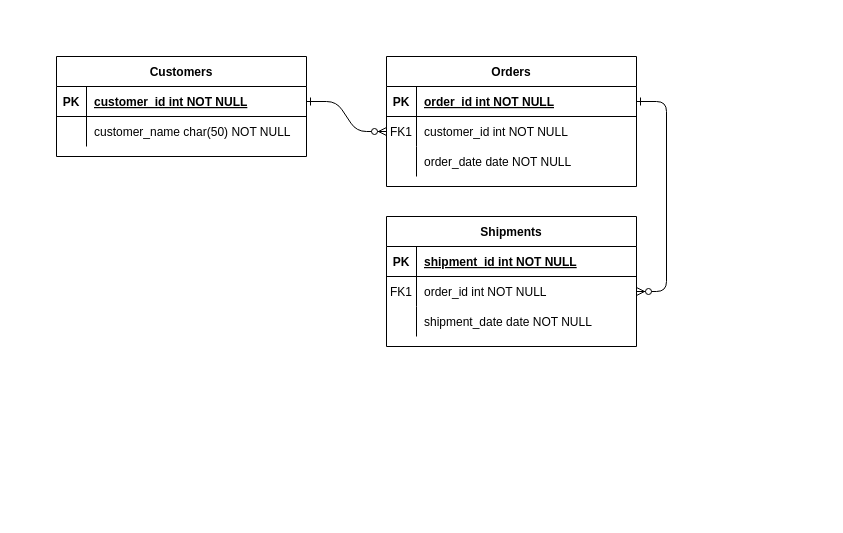
This is backend/lagalt_Db.drawio from zamFe/Lagalt, a draw.io file, before an edit. Source tidied: cells renumbered, new cells numbered last; positions are measured from the earlier drawing's top-left corner, leaving out a move shared by most shapes. Both pictures are drawn from the tidied source at 100%, with x=0, y=0 at pixel (56, 56).
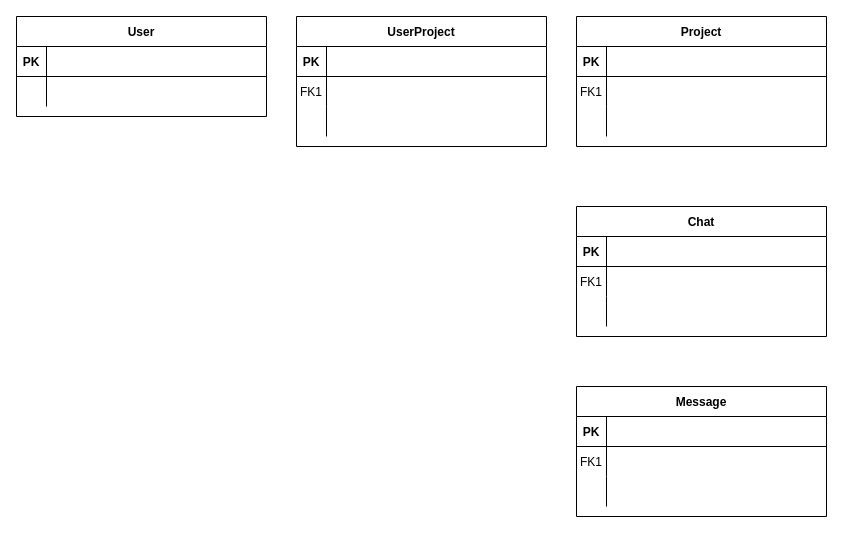
Above is the later version.

Unchanged cells that the change refers to:
```xml
<mxCell id="5" style="shape=partialRectangle;fillColor=none;points=[[0,0.5],[1,0.5]];portConstraint=eastwest;top=0;left=0;right=0;bottom=1;" parent="4" vertex="1">
  <mxGeometry y="30" width="250" height="30" as="geometry" />
</mxCell>
<mxCell id="8" style="shape=partialRectangle;fillColor=none;points=[[0,0.5],[1,0.5]];portConstraint=eastwest;top=0;left=0;right=0;bottom=0;" parent="4" vertex="1">
  <mxGeometry y="60" width="250" height="30" as="geometry" />
</mxCell>
<mxCell id="11" style="shape=partialRectangle;fillColor=none;top=0;left=0;right=0;bottom=0;" parent="4" vertex="1">
  <mxGeometry y="90" width="250" height="30" as="geometry" />
</mxCell>
<mxCell id="15" style="shape=partialRectangle;fillColor=none;top=0;left=0;right=0;bottom=1;" parent="14" vertex="1">
  <mxGeometry y="30" width="250" height="30" as="geometry" />
</mxCell>
<mxCell id="18" style="shape=partialRectangle;fillColor=none;points=[[0,0.5],[1,0.5]];portConstraint=eastwest;top=0;left=0;right=0;bottom=0;" parent="14" vertex="1">
  <mxGeometry y="60" width="250" height="30" as="geometry" />
</mxCell>
<mxCell id="21" style="shape=partialRectangle;fillColor=none;top=0;left=0;right=0;bottom=0;" parent="14" vertex="1">
  <mxGeometry y="90" width="250" height="30" as="geometry" />
</mxCell>
<mxCell id="25" style="shape=partialRectangle;fillColor=none;points=[[0,0.5],[1,0.5]];portConstraint=eastwest;top=0;left=0;right=0;bottom=1;" parent="24" vertex="1">
  <mxGeometry y="30" width="250" height="30" as="geometry" />
</mxCell>
<mxCell id="28" style="shape=partialRectangle;fillColor=none;top=0;left=0;right=0;bottom=0;" parent="24" vertex="1">
  <mxGeometry y="60" width="250" height="30" as="geometry" />
</mxCell>
```

Diff of the diagram source:
```diff
@@
-    <mxCell id="2" style="edgeStyle=entityRelationEdgeStyle;endArrow=ERzeroToMany;startArrow=ERone;endFill=1;startFill=0;" parent="1" edge="1" source="25" target="8">
-      <mxGeometry relative="1" as="geometry" />
-    </mxCell>
-    <mxCell id="3" style="edgeStyle=entityRelationEdgeStyle;endArrow=ERzeroToMany;startArrow=ERone;endFill=1;startFill=0;" parent="1" edge="1" source="5" target="18">
-      <mxGeometry relative="1" as="geometry" />
-    </mxCell>
-    <mxCell id="4" value="Orders" style="shape=table;startSize=30;childLayout=tableLayout;rowLines=0;fontStyle=1;align=center;" parent="1" vertex="1">
-      <mxGeometry x="330" width="250" height="130" as="geometry" />
+    <mxCell id="4" value="Project" style="shape=table;startSize=30;childLayout=tableLayout;rowLines=0;fontStyle=1;align=center;" parent="1" vertex="1">
+      <mxGeometry x="520" y="-40" width="250" height="130" as="geometry" />
     </mxCell>
@@
-    <mxCell id="7" value="order_id int NOT NULL " style="shape=partialRectangle;overflow=hidden;fillColor=none;top=0;left=0;bottom=0;right=0;align=left;spacingLeft=6;fontStyle=5;" parent="5" vertex="1">
+    <mxCell id="7" style="shape=partialRectangle;overflow=hidden;fillColor=none;top=0;left=0;bottom=0;right=0;align=left;spacingLeft=6;fontStyle=5;" parent="5" vertex="1">
       <mxGeometry x="30" width="220" height="30" as="geometry" />
     </mxCell>
@@
-    <mxCell id="10" value="customer_id int NOT NULL" style="shape=partialRectangle;overflow=hidden;fillColor=none;top=0;left=0;bottom=0;right=0;align=left;spacingLeft=6;" parent="8" vertex="1">
+    <mxCell id="10" style="shape=partialRectangle;overflow=hidden;fillColor=none;top=0;left=0;bottom=0;right=0;align=left;spacingLeft=6;" parent="8" vertex="1">
       <mxGeometry x="30" width="220" height="30" as="geometry" />
     </mxCell>
@@
-    <mxCell id="13" value="order_date date NOT NULL" style="shape=partialRectangle;overflow=hidden;fillColor=none;top=0;left=0;bottom=0;right=0;align=left;spacingLeft=6;" parent="11" vertex="1">
+    <mxCell id="13" style="shape=partialRectangle;overflow=hidden;fillColor=none;top=0;left=0;bottom=0;right=0;align=left;spacingLeft=6;" parent="11" vertex="1">
       <mxGeometry x="30" width="220" height="30" as="geometry" />
     </mxCell>
-    <mxCell id="14" value="Shipments" style="shape=table;startSize=30;childLayout=tableLayout;rowLines=0;fontStyle=1;align=center;" parent="1" vertex="1">
-      <mxGeometry x="330" y="160" width="250" height="130" as="geometry" />
+    <mxCell id="14" value="Chat" style="shape=table;startSize=30;childLayout=tableLayout;rowLines=0;fontStyle=1;align=center;" parent="1" vertex="1">
+      <mxGeometry x="520" y="150" width="250" height="130" as="geometry" />
     </mxCell>
@@
-    <mxCell id="17" value="shipment_id int NOT NULL " style="shape=partialRectangle;overflow=hidden;fillColor=none;top=0;left=0;bottom=0;right=0;align=left;spacingLeft=6;fontStyle=5;" parent="15" vertex="1">
+    <mxCell id="17" style="shape=partialRectangle;overflow=hidden;fillColor=none;top=0;left=0;bottom=0;right=0;align=left;spacingLeft=6;fontStyle=5;" parent="15" vertex="1">
       <mxGeometry x="30" width="220" height="30" as="geometry" />
     </mxCell>
@@
-    <mxCell id="20" value="order_id int NOT NULL" style="shape=partialRectangle;overflow=hidden;fillColor=none;top=0;left=0;bottom=0;right=0;align=left;spacingLeft=6;" parent="18" vertex="1">
+    <mxCell id="20" style="shape=partialRectangle;overflow=hidden;fillColor=none;top=0;left=0;bottom=0;right=0;align=left;spacingLeft=6;" parent="18" vertex="1">
       <mxGeometry x="30" width="220" height="30" as="geometry" />
     </mxCell>
@@
-    <mxCell id="23" value="shipment_date date NOT NULL" style="shape=partialRectangle;overflow=hidden;fillColor=none;top=0;left=0;bottom=0;right=0;align=left;spacingLeft=6;" parent="21" vertex="1">
+    <mxCell id="23" style="shape=partialRectangle;overflow=hidden;fillColor=none;top=0;left=0;bottom=0;right=0;align=left;spacingLeft=6;" parent="21" vertex="1">
       <mxGeometry x="30" width="220" height="30" as="geometry" />
     </mxCell>
-    <mxCell id="24" value="Customers" style="shape=table;startSize=30;childLayout=tableLayout;rowLines=0;fontStyle=1;align=center;" parent="1" vertex="1">
-      <mxGeometry width="250" height="100" as="geometry" />
+    <mxCell id="24" value="User" style="shape=table;startSize=30;childLayout=tableLayout;rowLines=0;fontStyle=1;align=center;" parent="1" vertex="1">
+      <mxGeometry x="-40" y="-40" width="250" height="100" as="geometry" />
     </mxCell>
@@
-    <mxCell id="27" value="customer_id int NOT NULL " style="shape=partialRectangle;overflow=hidden;fillColor=none;top=0;left=0;bottom=0;right=0;align=left;spacingLeft=6;fontStyle=5;" parent="25" vertex="1">
+    <mxCell id="27" style="shape=partialRectangle;overflow=hidden;fillColor=none;top=0;left=0;bottom=0;right=0;align=left;spacingLeft=6;fontStyle=5;" parent="25" vertex="1">
       <mxGeometry x="30" width="220" height="30" as="geometry" />
     </mxCell>
@@
-    <mxCell id="30" value="customer_name char(50) NOT NULL" style="shape=partialRectangle;overflow=hidden;fillColor=none;top=0;left=0;bottom=0;right=0;align=left;spacingLeft=6;" parent="28" vertex="1">
+    <mxCell id="30" style="shape=partialRectangle;overflow=hidden;fillColor=none;top=0;left=0;bottom=0;right=0;align=left;spacingLeft=6;" parent="28" vertex="1">
       <mxGeometry x="30" width="220" height="30" as="geometry" />
     </mxCell>
+    <mxCell id="31" value="Message" style="shape=table;startSize=30;childLayout=tableLayout;rowLines=0;fontStyle=1;align=center;" parent="1" vertex="1">
+      <mxGeometry x="520" y="330" width="250" height="130" as="geometry" />
+    </mxCell>
+    <mxCell id="32" style="shape=partialRectangle;fillColor=none;top=0;left=0;right=0;bottom=1;" parent="31" vertex="1">
+      <mxGeometry y="30" width="250" height="30" as="geometry" />
+    </mxCell>
+    <mxCell id="33" value="PK" style="shape=partialRectangle;overflow=hidden;fillColor=none;top=0;left=0;bottom=0;right=0;fontStyle=1;" parent="32" vertex="1">
+      <mxGeometry width="30" height="30" as="geometry" />
+    </mxCell>
+    <mxCell id="34" style="shape=partialRectangle;overflow=hidden;fillColor=none;top=0;left=0;bottom=0;right=0;align=left;spacingLeft=6;fontStyle=5;" parent="32" vertex="1">
+      <mxGeometry x="30" width="220" height="30" as="geometry" />
+    </mxCell>
+    <mxCell id="35" style="shape=partialRectangle;fillColor=none;top=0;left=0;right=0;bottom=0;" parent="31" vertex="1">
+      <mxGeometry y="60" width="250" height="30" as="geometry" />
+    </mxCell>
+    <mxCell id="36" value="FK1" style="shape=partialRectangle;overflow=hidden;fillColor=none;top=0;left=0;bottom=0;right=0;" parent="35" vertex="1">
+      <mxGeometry width="30" height="30" as="geometry" />
+    </mxCell>
+    <mxCell id="37" style="shape=partialRectangle;overflow=hidden;fillColor=none;top=0;left=0;bottom=0;right=0;align=left;spacingLeft=6;" parent="35" vertex="1">
+      <mxGeometry x="30" width="220" height="30" as="geometry" />
+    </mxCell>
+    <mxCell id="38" style="shape=partialRectangle;fillColor=none;top=0;left=0;right=0;bottom=0;" parent="31" vertex="1">
+      <mxGeometry y="90" width="250" height="30" as="geometry" />
+    </mxCell>
+    <mxCell id="39" style="shape=partialRectangle;overflow=hidden;fillColor=none;top=0;left=0;bottom=0;right=0;" parent="38" vertex="1">
+      <mxGeometry width="30" height="30" as="geometry" />
+    </mxCell>
+    <mxCell id="40" style="shape=partialRectangle;overflow=hidden;fillColor=none;top=0;left=0;bottom=0;right=0;align=left;spacingLeft=6;" parent="38" vertex="1">
+      <mxGeometry x="30" width="220" height="30" as="geometry" />
+    </mxCell>
+    <mxCell id="41" value="UserProject" style="shape=table;startSize=30;childLayout=tableLayout;rowLines=0;fontStyle=1;align=center;" parent="1" vertex="1">
+      <mxGeometry x="240" y="-40" width="250" height="130" as="geometry" />
+    </mxCell>
+    <mxCell id="42" style="shape=partialRectangle;fillColor=none;top=0;left=0;right=0;bottom=1;" parent="41" vertex="1">
+      <mxGeometry y="30" width="250" height="30" as="geometry" />
+    </mxCell>
+    <mxCell id="43" value="PK" style="shape=partialRectangle;overflow=hidden;fillColor=none;top=0;left=0;bottom=0;right=0;fontStyle=1;" parent="42" vertex="1">
+      <mxGeometry width="30" height="30" as="geometry" />
+    </mxCell>
+    <mxCell id="44" style="shape=partialRectangle;overflow=hidden;fillColor=none;top=0;left=0;bottom=0;right=0;align=left;spacingLeft=6;fontStyle=5;" parent="42" vertex="1">
+      <mxGeometry x="30" width="220" height="30" as="geometry" />
+    </mxCell>
+    <mxCell id="45" style="shape=partialRectangle;fillColor=none;top=0;left=0;right=0;bottom=0;" parent="41" vertex="1">
+      <mxGeometry y="60" width="250" height="30" as="geometry" />
+    </mxCell>
+    <mxCell id="46" value="FK1" style="shape=partialRectangle;overflow=hidden;fillColor=none;top=0;left=0;bottom=0;right=0;" parent="45" vertex="1">
+      <mxGeometry width="30" height="30" as="geometry" />
+    </mxCell>
+    <mxCell id="47" style="shape=partialRectangle;overflow=hidden;fillColor=none;top=0;left=0;bottom=0;right=0;align=left;spacingLeft=6;" parent="45" vertex="1">
+      <mxGeometry x="30" width="220" height="30" as="geometry" />
+    </mxCell>
+    <mxCell id="48" style="shape=partialRectangle;fillColor=none;top=0;left=0;right=0;bottom=0;" parent="41" vertex="1">
+      <mxGeometry y="90" width="250" height="30" as="geometry" />
+    </mxCell>
+    <mxCell id="49" style="shape=partialRectangle;overflow=hidden;fillColor=none;top=0;left=0;bottom=0;right=0;" parent="48" vertex="1">
+      <mxGeometry width="30" height="30" as="geometry" />
+    </mxCell>
+    <mxCell id="50" style="shape=partialRectangle;overflow=hidden;fillColor=none;top=0;left=0;bottom=0;right=0;align=left;spacingLeft=6;" parent="48" vertex="1">
+      <mxGeometry x="30" width="220" height="30" as="geometry" />
+    </mxCell>
```
